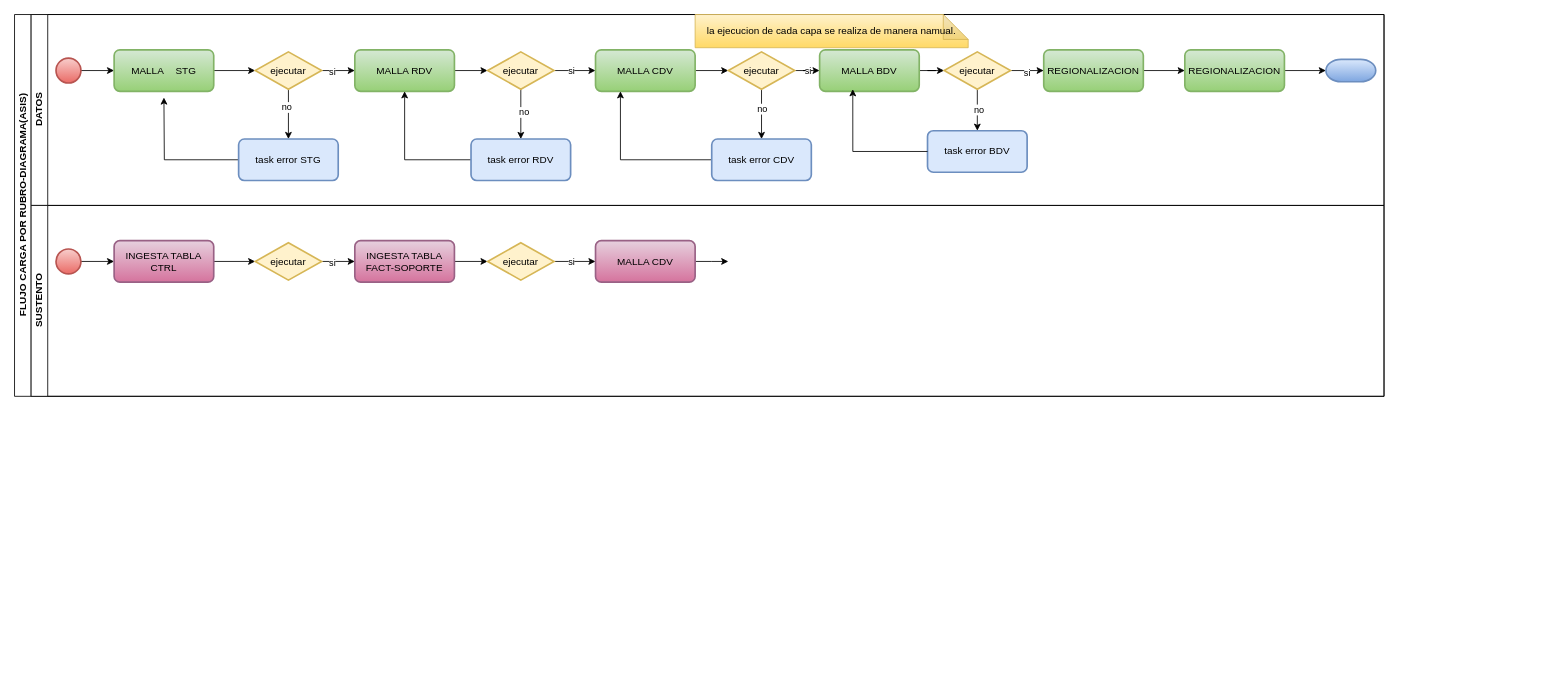
carlsromec/procesos-diagramas keeps this draw.io diagram as AS-IS diagrama orquestacion airflow.drawio. Above is the earlier version. Source tidied: cells renumbered, new cells numbered last; positions are measured from the earlier drawing's top-left corner, leaving out a move shared by most shapes. Both pictures are drawn from the tidied source at 83%, with x=0, y=0 at pixel (14, 14).
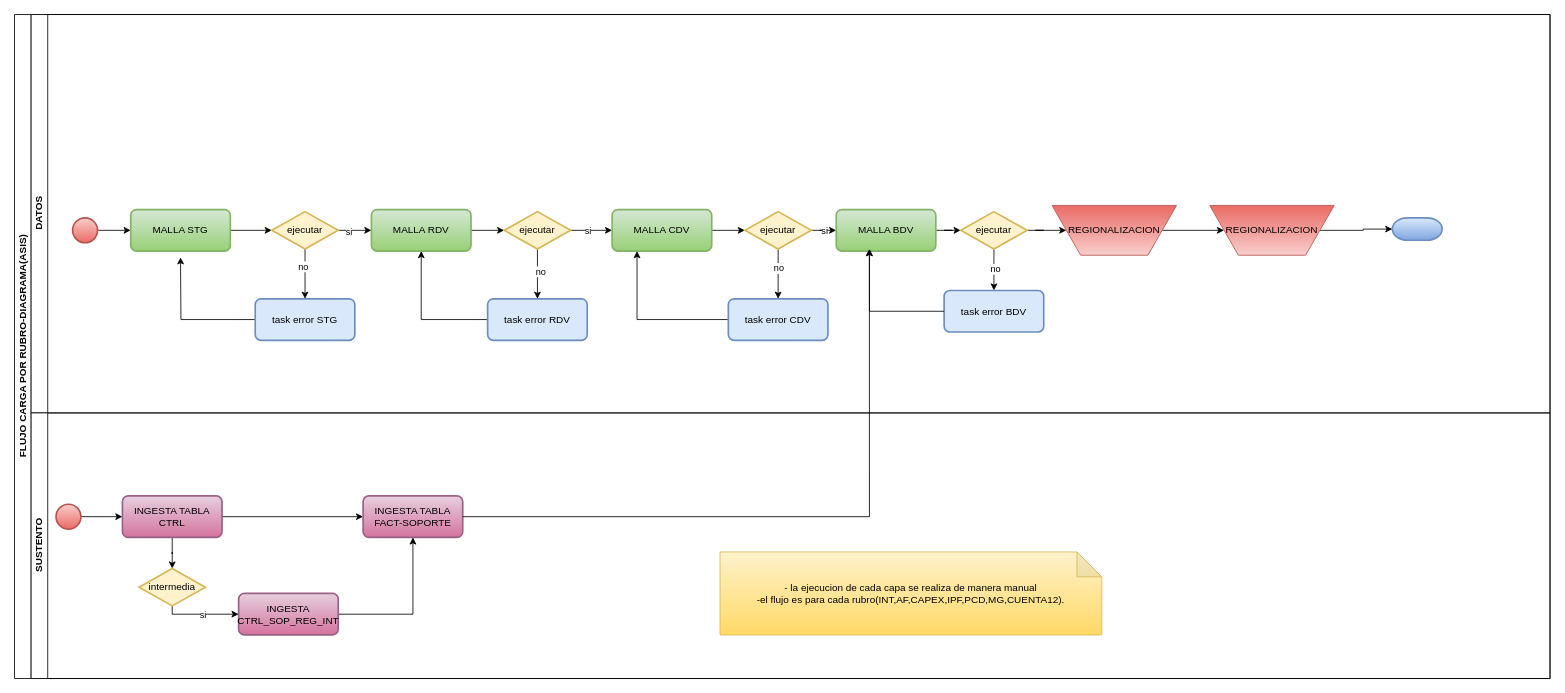
Above is the later version.

Change to the diagram source:
```diff
@@
     <mxCell id="2" value="FLUJO CARGA POR RUBRO-DIAGRAMA(ASIS)" style="swimlane;horizontal=0;startSize=20;html=1;" parent="1" vertex="1">
-      <mxGeometry width="1650" height="460" as="geometry" />
+      <mxGeometry width="1850" height="800" as="geometry" />
     </mxCell>
     <mxCell id="3" value="DATOS" style="swimlane;startSize=20;horizontal=0;html=1;" parent="2" vertex="1">
-      <mxGeometry x="20" width="1630" height="230" as="geometry" />
+      <mxGeometry x="20" width="1830" height="480" as="geometry" />
     </mxCell>
@@
     <mxCell id="5" style="strokeWidth=2;html=1;shape=mxgraph.flowchart.start_2;whiteSpace=wrap;fillColor=#f8cecc;gradientColor=#ea6b66;strokeColor=#b85450;" parent="3" vertex="1">
-      <mxGeometry x="30" y="52.5" width="30" height="30" as="geometry" />
+      <mxGeometry x="50" y="245" width="30" height="30" as="geometry" />
     </mxCell>
@@
-    <mxCell id="7" value="MALLA&lt;span style=&quot;white-space: pre;&quot;&gt;&#9;&lt;/span&gt;STG" style="rounded=1;whiteSpace=wrap;html=1;absoluteArcSize=1;arcSize=14;strokeWidth=2;fillColor=#d5e8d4;strokeColor=#82b366;gradientColor=#97d077;" parent="3" vertex="1">
-      <mxGeometry x="100" y="42.5" width="120" height="50" as="geometry" />
+    <mxCell id="7" value="MALLA STG" style="rounded=1;whiteSpace=wrap;html=1;absoluteArcSize=1;arcSize=14;strokeWidth=2;fillColor=#d5e8d4;strokeColor=#82b366;gradientColor=#97d077;" parent="3" vertex="1">
+      <mxGeometry x="120" y="235" width="120" height="50" as="geometry" />
     </mxCell>
@@
     <mxCell id="12" value="ejecutar" style="strokeWidth=2;html=1;shape=mxgraph.flowchart.decision;whiteSpace=wrap;fillColor=#fff2cc;strokeColor=#d6b656;" parent="3" vertex="1">
-      <mxGeometry x="270" y="45" width="80" height="45" as="geometry" />
+      <mxGeometry x="290" y="237.5" width="80" height="45" as="geometry" />
     </mxCell>
@@
     <mxCell id="14" value="MALLA RDV" style="rounded=1;whiteSpace=wrap;html=1;absoluteArcSize=1;arcSize=14;strokeWidth=2;fillColor=#d5e8d4;strokeColor=#82b366;gradientColor=#97d077;" parent="3" vertex="1">
-      <mxGeometry x="390" y="42.5" width="120" height="50" as="geometry" />
+      <mxGeometry x="410" y="235" width="120" height="50" as="geometry" />
     </mxCell>
@@
     <mxCell id="19" value="ejecutar" style="strokeWidth=2;html=1;shape=mxgraph.flowchart.decision;whiteSpace=wrap;fillColor=#fff2cc;strokeColor=#d6b656;" parent="3" vertex="1">
-      <mxGeometry x="550" y="45" width="80" height="45" as="geometry" />
+      <mxGeometry x="570" y="237.5" width="80" height="45" as="geometry" />
     </mxCell>
@@
     <mxCell id="21" value="MALLA CDV" style="rounded=1;whiteSpace=wrap;html=1;absoluteArcSize=1;arcSize=14;strokeWidth=2;fillColor=#d5e8d4;strokeColor=#82b366;gradientColor=#97d077;" parent="3" vertex="1">
-      <mxGeometry x="680" y="42.5" width="120" height="50" as="geometry" />
+      <mxGeometry x="700" y="235" width="120" height="50" as="geometry" />
     </mxCell>
     <mxCell id="22" style="edgeStyle=orthogonalEdgeStyle;rounded=0;jettySize=auto;html=1;" parent="3" edge="1" source="23">
       <mxGeometry relative="1" as="geometry">
-        <mxPoint x="160" y="100" as="targetPoint" />
+        <mxPoint x="180" y="292.5" as="targetPoint" />
       </mxGeometry>
     </mxCell>
     <mxCell id="23" value="task error STG" style="rounded=1;whiteSpace=wrap;html=1;absoluteArcSize=1;arcSize=14;strokeWidth=2;fillColor=#dae8fc;strokeColor=#6c8ebf;" parent="3" vertex="1">
-      <mxGeometry x="250" y="150" width="120" height="50" as="geometry" />
+      <mxGeometry x="270" y="342.5" width="120" height="50" as="geometry" />
     </mxCell>
@@
     <mxCell id="25" value="task error RDV" style="rounded=1;whiteSpace=wrap;html=1;absoluteArcSize=1;arcSize=14;strokeWidth=2;fillColor=#dae8fc;strokeColor=#6c8ebf;" parent="3" vertex="1">
-      <mxGeometry x="530" y="150" width="120" height="50" as="geometry" />
+      <mxGeometry x="550" y="342.5" width="120" height="50" as="geometry" />
     </mxCell>
@@
     <mxCell id="30" value="ejecutar" style="strokeWidth=2;html=1;shape=mxgraph.flowchart.decision;whiteSpace=wrap;fillColor=#fff2cc;strokeColor=#d6b656;" parent="3" vertex="1">
-      <mxGeometry x="840" y="45" width="80" height="45" as="geometry" />
+      <mxGeometry x="860" y="237.5" width="80" height="45" as="geometry" />
     </mxCell>
@@
     <mxCell id="32" value="MALLA BDV" style="rounded=1;whiteSpace=wrap;html=1;absoluteArcSize=1;arcSize=14;strokeWidth=2;fillColor=#d5e8d4;strokeColor=#82b366;gradientColor=#97d077;" parent="3" vertex="1">
-      <mxGeometry x="950" y="42.5" width="120" height="50" as="geometry" />
+      <mxGeometry x="970" y="235" width="120" height="50" as="geometry" />
     </mxCell>
@@
     <mxCell id="34" value="task error CDV" style="rounded=1;whiteSpace=wrap;html=1;absoluteArcSize=1;arcSize=14;strokeWidth=2;fillColor=#dae8fc;strokeColor=#6c8ebf;" parent="3" vertex="1">
-      <mxGeometry x="820" y="150" width="120" height="50" as="geometry" />
+      <mxGeometry x="840" y="342.5" width="120" height="50" as="geometry" />
     </mxCell>
-    <mxCell id="35" value="la ejecucion de cada capa se realiza de manera namual." style="shape=note;whiteSpace=wrap;html=1;backgroundOutline=1;darkOpacity=0.05;fillColor=#fff2cc;gradientColor=#ffd966;strokeColor=#d6b656;" parent="3" vertex="1">
-      <mxGeometry x="800" width="329" height="40" as="geometry" />
-    </mxCell>
-    <mxCell id="36" style="edgeStyle=orthogonalEdgeStyle;rounded=0;jettySize=auto;html=1;" parent="3" edge="1" source="37" target="39">
-      <mxGeometry relative="1" as="geometry" />
-    </mxCell>
-    <mxCell id="37" value="REGIONALIZACION" style="rounded=1;whiteSpace=wrap;html=1;absoluteArcSize=1;arcSize=14;strokeWidth=2;fillColor=#d5e8d4;strokeColor=#82b366;gradientColor=#97d077;" parent="3" vertex="1">
-      <mxGeometry x="1220" y="42.5" width="120" height="50" as="geometry" />
-    </mxCell>
-    <mxCell id="38" style="edgeStyle=orthogonalEdgeStyle;rounded=0;jettySize=auto;html=1;" parent="3" edge="1" source="39" target="47">
-      <mxGeometry relative="1" as="geometry" />
-    </mxCell>
-    <mxCell id="39" value="REGIONALIZACION" style="rounded=1;whiteSpace=wrap;html=1;absoluteArcSize=1;arcSize=14;strokeWidth=2;fillColor=#d5e8d4;strokeColor=#82b366;gradientColor=#97d077;" parent="3" vertex="1">
-      <mxGeometry x="1390" y="42.5" width="120" height="50" as="geometry" />
-    </mxCell>
-    <mxCell id="40" style="edgeStyle=orthogonalEdgeStyle;rounded=0;jettySize=auto;html=1;" parent="3" edge="1" source="44" target="37">
-      <mxGeometry relative="1" as="geometry" />
-    </mxCell>
-    <mxCell id="41" value="si" style="edgeLabel;html=1;align=center;verticalAlign=middle;" parent="40" vertex="1">
-      <mxGeometry x="-0.05" y="-2" relative="1" as="geometry" />
-    </mxCell>
@@
+    <mxCell id="63" style="edgeStyle=orthogonalEdgeStyle;rounded=0;jettySize=auto;html=1;" parent="3" edge="1" source="44" target="65">
+      <mxGeometry relative="1" as="geometry" />
+    </mxCell>
     <mxCell id="44" value="ejecutar" style="strokeWidth=2;html=1;shape=mxgraph.flowchart.decision;whiteSpace=wrap;fillColor=#fff2cc;strokeColor=#d6b656;" parent="3" vertex="1">
-      <mxGeometry x="1100" y="45" width="80" height="45" as="geometry" />
+      <mxGeometry x="1120" y="237.5" width="80" height="45" as="geometry" />
     </mxCell>
     <mxCell id="45" value="task error BDV" style="rounded=1;whiteSpace=wrap;html=1;absoluteArcSize=1;arcSize=14;strokeWidth=2;fillColor=#dae8fc;strokeColor=#6c8ebf;" parent="3" vertex="1">
-      <mxGeometry x="1080" y="140" width="120" height="50" as="geometry" />
+      <mxGeometry x="1100" y="332.5" width="120" height="50" as="geometry" />
     </mxCell>
@@
     <mxCell id="47" style="strokeWidth=2;html=1;shape=mxgraph.flowchart.terminator;whiteSpace=wrap;fillColor=#dae8fc;gradientColor=#7ea6e0;strokeColor=#6c8ebf;" parent="3" vertex="1">
-      <mxGeometry x="1560" y="54" width="60" height="27" as="geometry" />
+      <mxGeometry x="1640" y="245" width="60" height="27" as="geometry" />
     </mxCell>
+    <mxCell id="64" style="edgeStyle=orthogonalEdgeStyle;rounded=0;jettySize=auto;html=1;" parent="3" edge="1" source="65" target="67">
+      <mxGeometry relative="1" as="geometry" />
+    </mxCell>
+    <mxCell id="65" value="REGIONALIZACION" style="verticalLabelPosition=middle;verticalAlign=middle;html=1;shape=trapezoid;perimeter=trapezoidPerimeter;whiteSpace=wrap;size=0.23;arcSize=10;flipV=1;labelPosition=center;align=center;fillColor=#f8cecc;gradientColor=#ea6b66;strokeColor=#b85450;" parent="3" vertex="1">
+      <mxGeometry x="1230" y="230" width="150" height="60" as="geometry" />
+    </mxCell>
+    <mxCell id="66" style="edgeStyle=orthogonalEdgeStyle;rounded=0;jettySize=auto;html=1;" parent="3" edge="1" source="67" target="47">
+      <mxGeometry relative="1" as="geometry" />
+    </mxCell>
+    <mxCell id="67" value="REGIONALIZACION" style="verticalLabelPosition=middle;verticalAlign=middle;html=1;shape=trapezoid;perimeter=trapezoidPerimeter;whiteSpace=wrap;size=0.23;arcSize=10;flipV=1;labelPosition=center;align=center;fillColor=#f8cecc;gradientColor=#ea6b66;strokeColor=#b85450;" parent="3" vertex="1">
+      <mxGeometry x="1420" y="230" width="150" height="60" as="geometry" />
+    </mxCell>
     <mxCell id="48" value="SUSTENTO" style="swimlane;startSize=20;horizontal=0;html=1;" parent="2" vertex="1">
-      <mxGeometry x="20" y="230" width="1630" height="230" as="geometry" />
+      <mxGeometry x="20" y="480" width="1830" height="320" as="geometry" />
     </mxCell>
@@
     <mxCell id="50" style="strokeWidth=2;html=1;shape=mxgraph.flowchart.start_2;whiteSpace=wrap;fillColor=#f8cecc;gradientColor=#ea6b66;strokeColor=#b85450;" parent="48" vertex="1">
-      <mxGeometry x="30" y="52.5" width="30" height="30" as="geometry" />
+      <mxGeometry x="30" y="110" width="30" height="30" as="geometry" />
     </mxCell>
-    <mxCell id="51" style="edgeStyle=orthogonalEdgeStyle;rounded=0;jettySize=auto;html=1;" parent="48" edge="1" source="52" target="55">
-      <mxGeometry relative="1" as="geometry" />
-    </mxCell>
+    <mxCell id="68" style="edgeStyle=orthogonalEdgeStyle;rounded=0;jettySize=auto;html=1;entryX=0;entryY=0.5;entryDx=0;entryDy=0;" parent="48" edge="1" source="52" target="57">
+      <mxGeometry relative="1" as="geometry" />
+    </mxCell>
+    <mxCell id="69" style="edgeStyle=orthogonalEdgeStyle;rounded=0;jettySize=auto;html=1;" parent="48" edge="1" source="52" target="74">
+      <mxGeometry relative="1" as="geometry" />
+    </mxCell>
     <mxCell id="52" value="INGESTA TABLA CTRL" style="rounded=1;whiteSpace=wrap;html=1;absoluteArcSize=1;arcSize=14;strokeWidth=2;fillColor=#e6d0de;strokeColor=#996185;gradientColor=#d5739d;" parent="48" vertex="1">
-      <mxGeometry x="100" y="42.5" width="120" height="50" as="geometry" />
+      <mxGeometry x="110" y="100" width="120" height="50" as="geometry" />
     </mxCell>
-    <mxCell id="53" style="edgeStyle=orthogonalEdgeStyle;rounded=0;jettySize=auto;html=1;" parent="48" edge="1" source="55" target="57">
-      <mxGeometry relative="1" as="geometry" />
-    </mxCell>
-    <mxCell id="54" value="si" style="edgeLabel;html=1;align=center;verticalAlign=middle;" parent="53" vertex="1">
-      <mxGeometry x="-0.42" y="-1" relative="1" as="geometry" />
-    </mxCell>
-    <mxCell id="55" value="ejecutar" style="strokeWidth=2;html=1;shape=mxgraph.flowchart.decision;whiteSpace=wrap;fillColor=#fff2cc;strokeColor=#d6b656;" parent="48" vertex="1">
-      <mxGeometry x="270" y="45" width="80" height="45" as="geometry" />
-    </mxCell>
-    <mxCell id="56" style="edgeStyle=orthogonalEdgeStyle;rounded=0;jettySize=auto;html=1;" parent="48" edge="1" source="57" target="60">
-      <mxGeometry relative="1" as="geometry" />
-    </mxCell>
     <mxCell id="57" value="INGESTA TABLA FACT-SOPORTE" style="rounded=1;whiteSpace=wrap;html=1;absoluteArcSize=1;arcSize=14;strokeWidth=2;fillColor=#e6d0de;strokeColor=#996185;gradientColor=#d5739d;" parent="48" vertex="1">
-      <mxGeometry x="390" y="42.5" width="120" height="50" as="geometry" />
+      <mxGeometry x="400" y="100" width="120" height="50" as="geometry" />
     </mxCell>
-    <mxCell id="58" style="edgeStyle=orthogonalEdgeStyle;rounded=0;jettySize=auto;html=1;" parent="48" edge="1" source="60" target="62">
-      <mxGeometry relative="1" as="geometry" />
-    </mxCell>
-    <mxCell id="59" value="si" style="edgeLabel;html=1;align=center;verticalAlign=middle;" parent="58" vertex="1">
-      <mxGeometry x="-0.22" relative="1" as="geometry" />
-    </mxCell>
-    <mxCell id="60" value="ejecutar" style="strokeWidth=2;html=1;shape=mxgraph.flowchart.decision;whiteSpace=wrap;fillColor=#fff2cc;strokeColor=#d6b656;" parent="48" vertex="1">
-      <mxGeometry x="550" y="45" width="80" height="45" as="geometry" />
-    </mxCell>
-    <mxCell id="61" style="edgeStyle=orthogonalEdgeStyle;rounded=0;jettySize=auto;html=1;" parent="48" edge="1" source="62">
-      <mxGeometry relative="1" as="geometry">
-        <mxPoint x="840" y="67.5" as="targetPoint" />
-      </mxGeometry>
-    </mxCell>
-    <mxCell id="62" value="MALLA CDV" style="rounded=1;whiteSpace=wrap;html=1;absoluteArcSize=1;arcSize=14;strokeWidth=2;fillColor=#e6d0de;strokeColor=#996185;gradientColor=#d5739d;" parent="48" vertex="1">
-      <mxGeometry x="680" y="42.5" width="120" height="50" as="geometry" />
-    </mxCell>
+    <mxCell id="70" style="edgeStyle=orthogonalEdgeStyle;rounded=0;jettySize=auto;html=1;entryX=0.5;entryY=1;entryDx=0;entryDy=0;" parent="48" edge="1" source="71" target="57">
+      <mxGeometry relative="1" as="geometry" />
+    </mxCell>
+    <mxCell id="71" value="INGESTA CTRL_SOP_REG_INT" style="rounded=1;whiteSpace=wrap;html=1;absoluteArcSize=1;arcSize=14;strokeWidth=2;fillColor=#e6d0de;strokeColor=#996185;gradientColor=#d5739d;" parent="48" vertex="1">
+      <mxGeometry x="250" y="217.5" width="120" height="50" as="geometry" />
+    </mxCell>
+    <mxCell id="72" style="edgeStyle=orthogonalEdgeStyle;rounded=0;jettySize=auto;html=1;" parent="48" edge="1" source="74" target="71">
+      <mxGeometry relative="1" as="geometry">
+        <Array as="points">
+          <mxPoint x="170" y="242.5" />
+        </Array>
+      </mxGeometry>
+    </mxCell>
+    <mxCell id="73" value="si" style="edgeLabel;html=1;align=center;verticalAlign=middle;" parent="72" vertex="1">
+      <mxGeometry x="0.03" y="-1" relative="1" as="geometry" />
+    </mxCell>
+    <mxCell id="74" value="intermedia" style="strokeWidth=2;html=1;shape=mxgraph.flowchart.decision;whiteSpace=wrap;fillColor=#fff2cc;strokeColor=#d6b656;" parent="48" vertex="1">
+      <mxGeometry x="130" y="187.5" width="80" height="45" as="geometry" />
+    </mxCell>
+    <mxCell id="35" value="- la ejecucion de cada capa se realiza de manera manual&lt;br&gt;-el flujo es para cada rubro(INT,AF,CAPEX,IPF,PCD,MG,CUENTA12)." style="shape=note;whiteSpace=wrap;html=1;backgroundOutline=1;darkOpacity=0.05;fillColor=#fff2cc;gradientColor=#ffd966;strokeColor=#d6b656;" parent="48" vertex="1">
+      <mxGeometry x="830" y="167.5" width="460" height="100" as="geometry" />
+    </mxCell>
+    <mxCell id="75" style="edgeStyle=orthogonalEdgeStyle;rounded=0;jettySize=auto;html=1;entryX=0.333;entryY=0.95;entryDx=0;entryDy=0;entryPerimeter=0;" parent="2" edge="1" source="57" target="32">
+      <mxGeometry relative="1" as="geometry" />
+    </mxCell>
```
